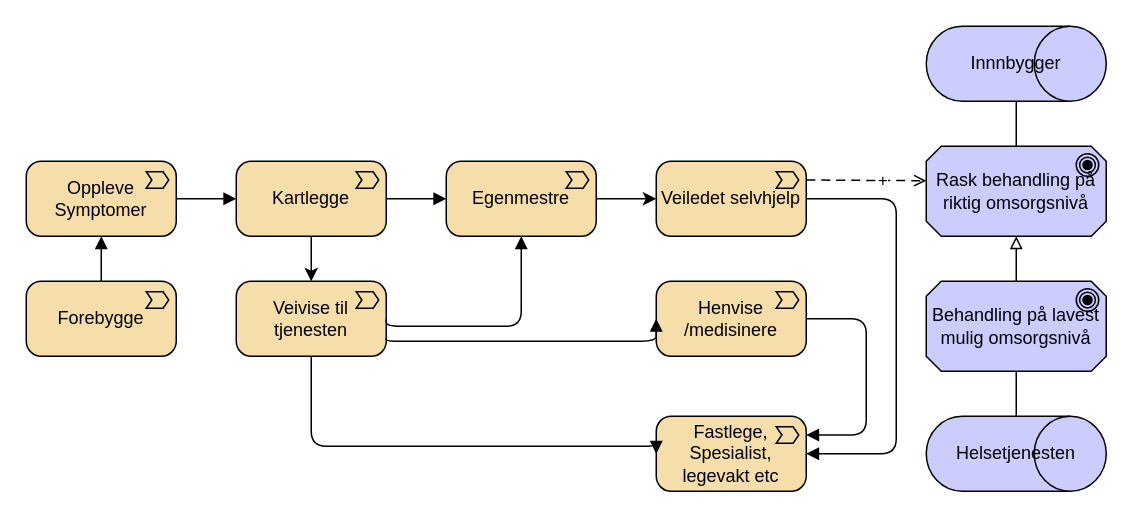
Earlier version of the draw.io diagram page "verdikjede-verdi" (3 of 3) of docs/interessent/value-chain.drawio (hdir/Digital-Forstelinje). Source tidied: cells renumbered, new cells numbered last; positions are measured from the earlier drawing's top-left corner, leaving out a move shared by most shapes. Both pictures are drawn from the tidied source at 150%, with x=0, y=0 at pixel (26, 26).
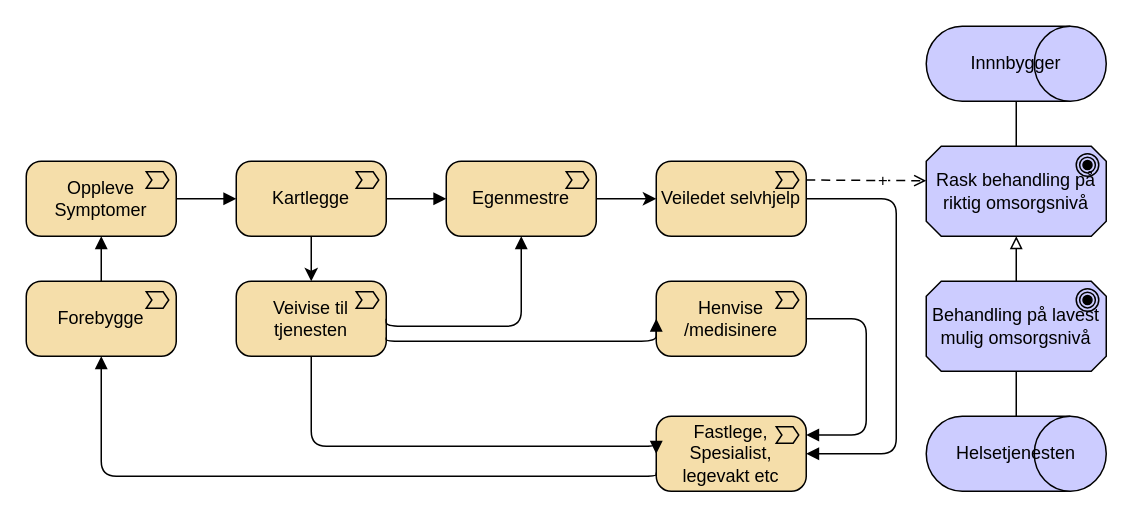
The same diagram, later.

Unchanged cells that the change refers to:
```xml
<mxCell id="3" value="Forebygge" style="html=1;outlineConnect=0;whiteSpace=wrap;fillColor=#F5DEAA;shape=mxgraph.archimate3.application;appType=valueStream;archiType=rounded;" parent="1" vertex="1">
  <mxGeometry y="170" width="100" height="50" as="geometry" />
</mxCell>
<mxCell id="14" value="Fastlege, Spesialist, legevakt etc" style="html=1;outlineConnect=0;whiteSpace=wrap;fillColor=#F5DEAA;shape=mxgraph.archimate3.application;appType=valueStream;archiType=rounded;" parent="1" vertex="1">
  <mxGeometry x="420" y="260" width="100" height="50" as="geometry" />
</mxCell>
```

Diff of the diagram source:
```diff
@@
+    <mxCell id="28" style="edgeStyle=elbowEdgeStyle;html=1;endArrow=block;dashed=0;elbow=vertical;endFill=1;entryX=0.5;entryY=1;entryDx=0;entryDy=0;entryPerimeter=0;exitX=0;exitY=0.75;exitDx=0;exitDy=0;exitPerimeter=0;" parent="1" edge="1" source="14" target="3">
+      <mxGeometry relative="1" as="geometry">
+        <Array as="points">
+          <mxPoint x="230" y="300" />
+        </Array>
+      </mxGeometry>
+    </mxCell>
```
